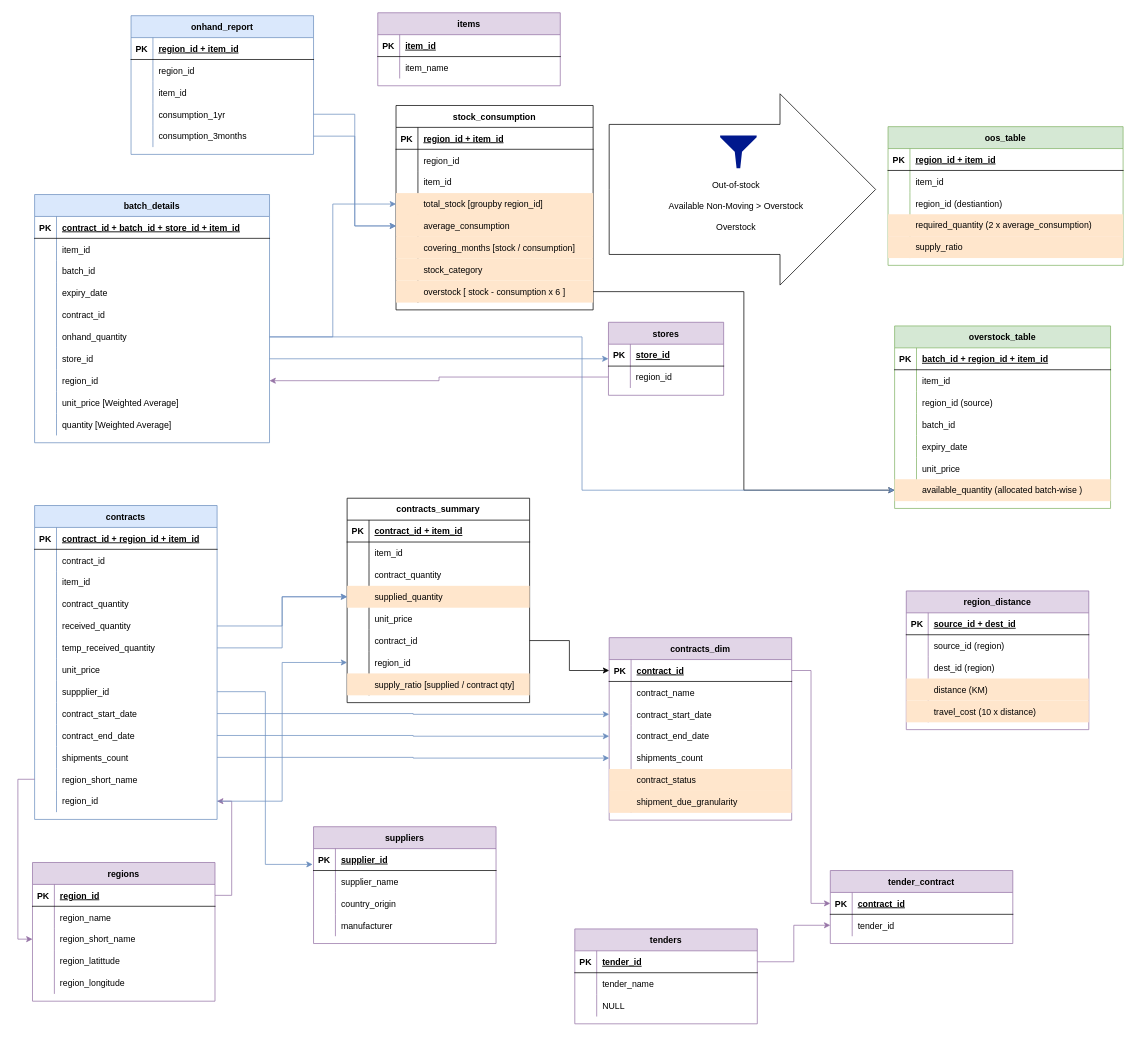
Before: oos_bot.drawio in HammadYasin/OOS-Analysis-Bot, a draw.io diagram. Source tidied: cells renumbered, new cells numbered last; positions are measured from the earlier drawing's top-left corner, leaving out a move shared by most shapes. Both pictures are drawn from the tidied source at 73%, with x=0, y=0 at pixel (32, 12).
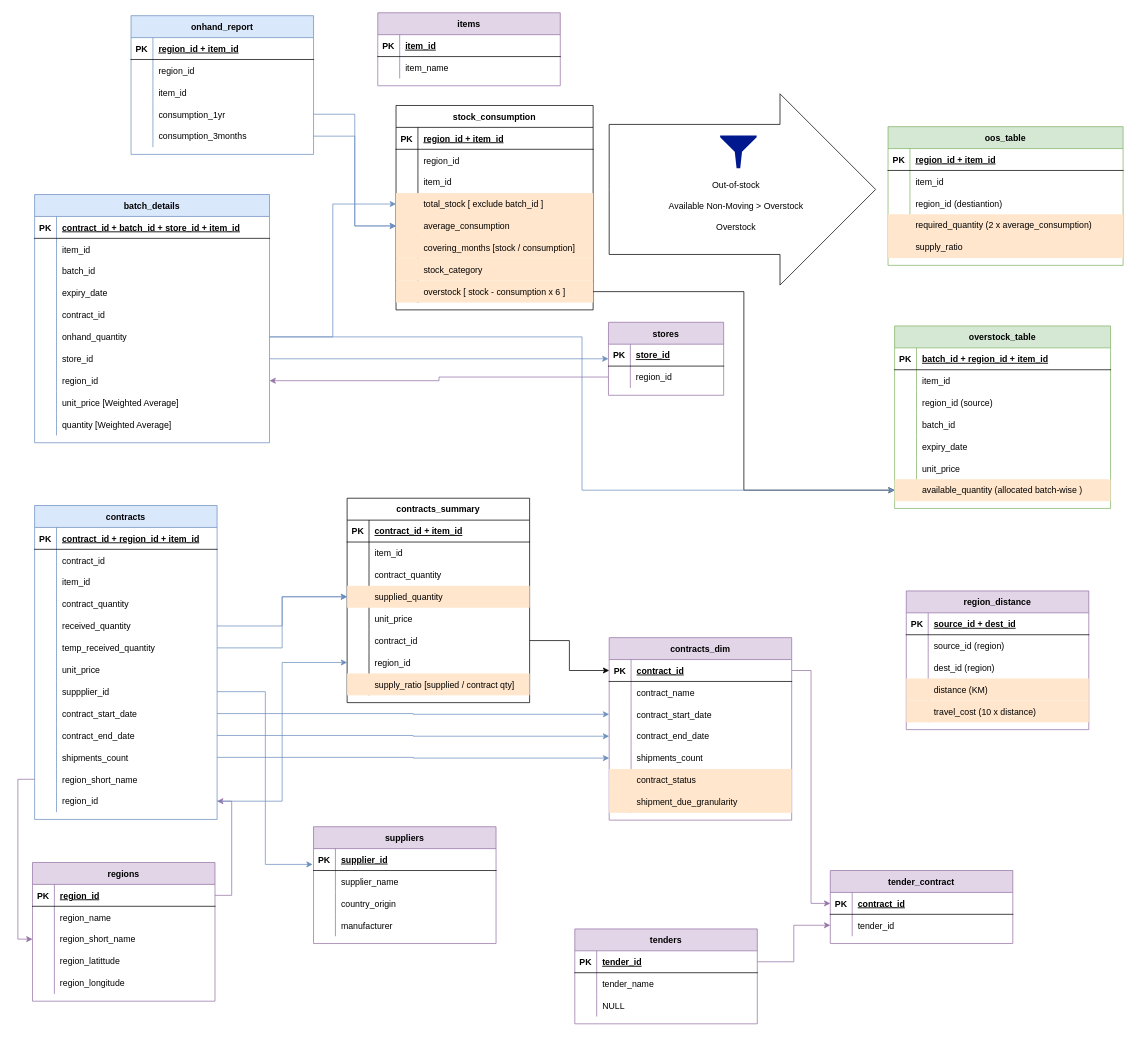
The same diagram, later.

Unchanged cells that the change refers to:
```xml
<mxCell id="122" style="shape=partialRectangle;fillColor=#ffe6cc;points=[[0,0.5],[1,0.5]];portConstraint=eastwest;top=0;left=0;right=0;bottom=0;strokeColor=#d79b00;" parent="112" vertex="1">
  <mxGeometry y="120" width="270" height="30" as="geometry" />
</mxCell>
```

Change to the diagram source:
```diff
@@
-    <mxCell id="124" value="total_stock [groupby region_id]" style="shape=partialRectangle;overflow=hidden;fillColor=none;top=0;left=0;bottom=0;right=0;align=left;spacingLeft=6;" parent="122" vertex="1">
+    <mxCell id="124" value="total_stock [ exclude batch_id ]" style="shape=partialRectangle;overflow=hidden;fillColor=none;top=0;left=0;bottom=0;right=0;align=left;spacingLeft=6;" parent="122" vertex="1">
       <mxGeometry x="30" width="240" height="30" as="geometry" />
     </mxCell>
```
